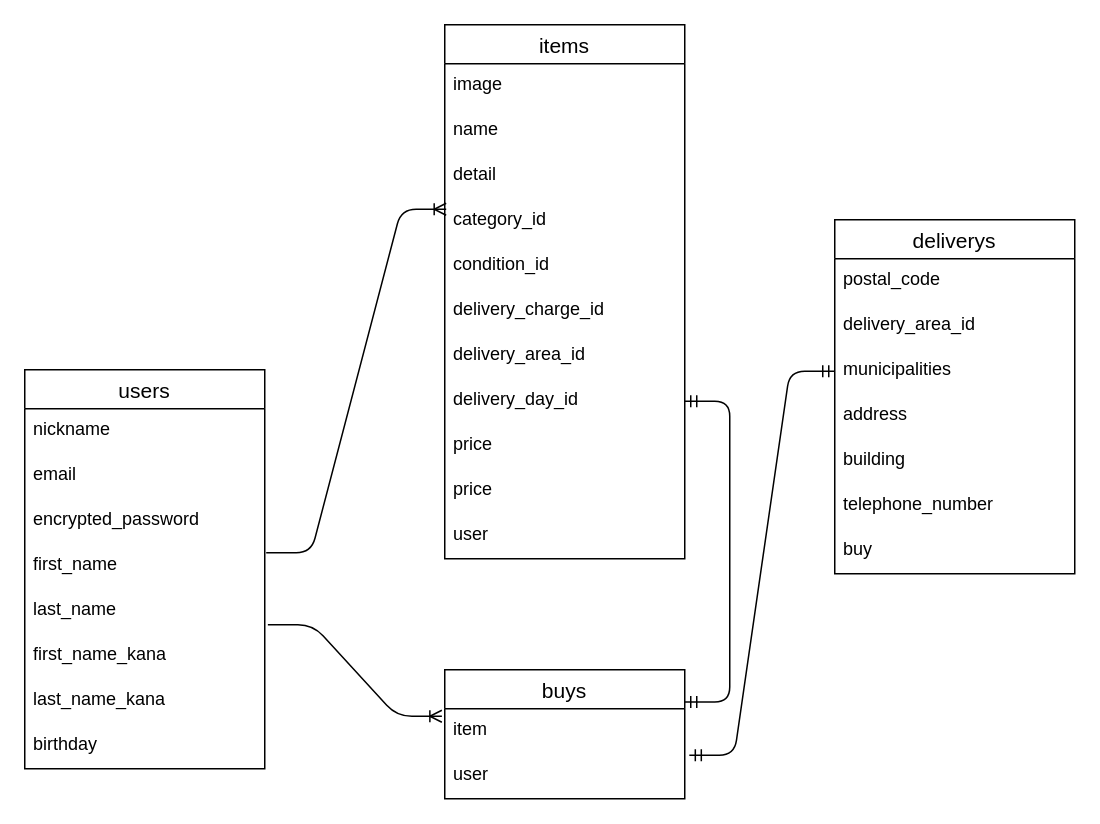
Earlier version of the draw.io diagram furima.dio (gafueru/furima-38756). Source tidied: cells renumbered, new cells numbered last; positions are measured from the earlier drawing's top-left corner, leaving out a move shared by most shapes. Both pictures are drawn from the tidied source at 150%, with x=0, y=0 at pixel (24, 24).
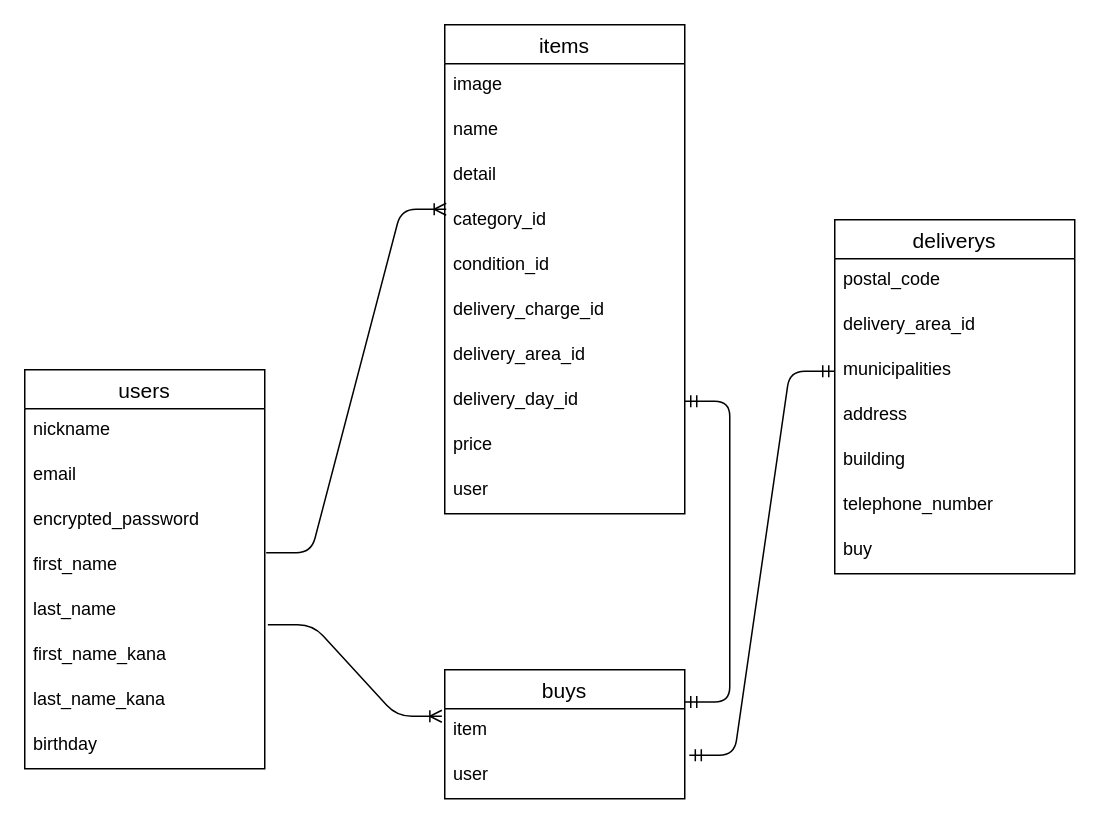
The same diagram, later.

The edit, as a diff of the source:
```diff
@@
     <mxCell id="11" value="items" style="swimlane;fontStyle=0;horizontal=1;startSize=26;align=center;fontSize=14;" parent="1" vertex="1">
-      <mxGeometry x="280" width="160" height="356" as="geometry" />
+      <mxGeometry x="280" width="160" height="326" as="geometry" />
     </mxCell>
@@
-    <mxCell id="20" value="price" style="text;strokeColor=none;fillColor=none;spacingLeft=4;spacingRight=4;overflow=hidden;fontSize=12;" parent="11" vertex="1">
-      <mxGeometry y="266" width="160" height="30" as="geometry" />
-    </mxCell>
     <mxCell id="21" value="price" style="text;strokeColor=none;fillColor=none;spacingLeft=4;spacingRight=4;overflow=hidden;fontSize=12;" parent="11" vertex="1">
-      <mxGeometry y="296" width="160" height="30" as="geometry" />
+      <mxGeometry y="266" width="160" height="30" as="geometry" />
     </mxCell>
     <mxCell id="22" value="user" style="text;strokeColor=none;fillColor=none;spacingLeft=4;spacingRight=4;overflow=hidden;fontSize=12;" parent="11" vertex="1">
-      <mxGeometry y="326" width="160" height="30" as="geometry" />
+      <mxGeometry y="296" width="160" height="30" as="geometry" />
     </mxCell>
```
